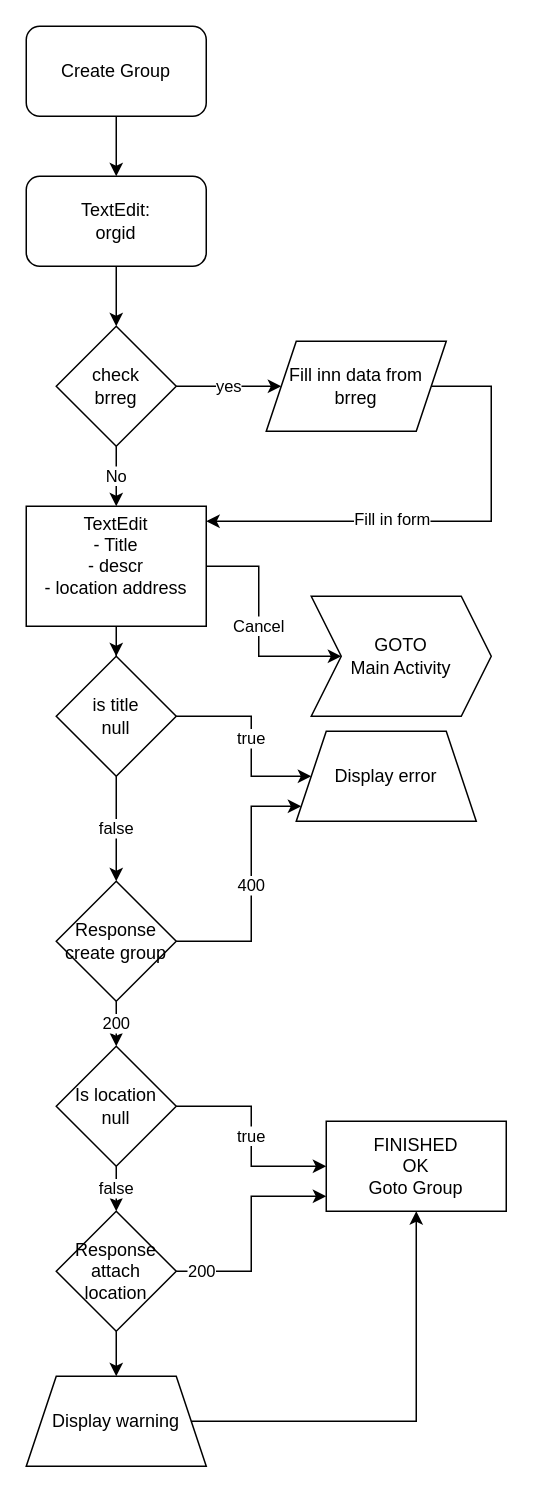
Before: page "Menu-CreateGroup" (4 of 6) of docs/Untitled Diagram.drawio in mobapp20g6/frivillig-server1, a draw.io diagram. Source tidied: cells renumbered, new cells numbered last; positions are measured from the earlier drawing's top-left corner, leaving out a move shared by most shapes. Both pictures are drawn from the tidied source at 150%, with x=0, y=0 at pixel (26, 26).
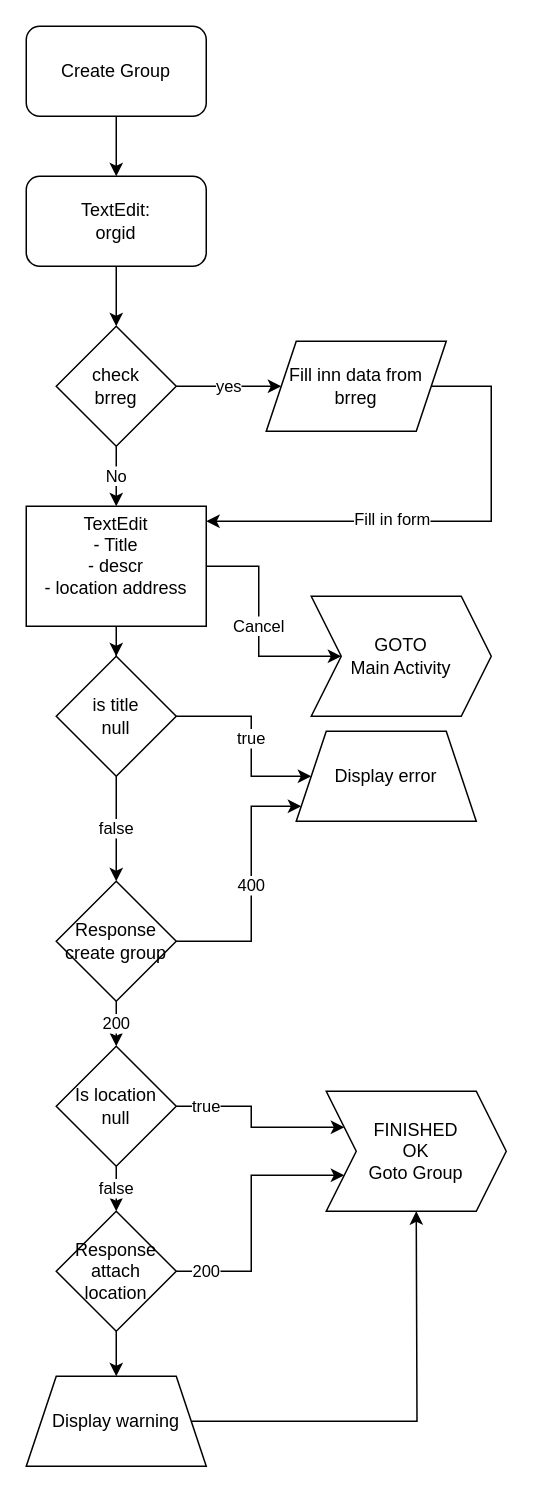
The same page after the edit.

Unchanged cells that the change refers to:
```xml
<mxCell id="20" value="&lt;div&gt;Response&lt;/div&gt;&lt;div&gt;attach&lt;/div&gt;&lt;div&gt;location&lt;br&gt;&lt;/div&gt;" style="rhombus;whiteSpace=wrap;html=1;" parent="1" vertex="1">
  <mxGeometry x="20" y="790" width="80" height="80" as="geometry" />
</mxCell>
<mxCell id="28" value="&lt;div&gt;Is location&lt;/div&gt;&lt;div&gt;null&lt;br&gt;&lt;/div&gt;" style="rhombus;whiteSpace=wrap;html=1;" parent="1" vertex="1">
  <mxGeometry x="20" y="680" width="80" height="80" as="geometry" />
</mxCell>
<mxCell id="31" value="Display warning" style="shape=trapezoid;perimeter=trapezoidPerimeter;whiteSpace=wrap;html=1;fixedSize=1;" parent="1" vertex="1">
  <mxGeometry y="900" width="120" height="60" as="geometry" />
</mxCell>
```

Diff of the diagram source:
```diff
@@
-    <mxCell id="18" value="200" style="edgeStyle=orthogonalEdgeStyle;rounded=0;jettySize=auto;html=1;" parent="1" edge="1" source="20" target="29">
+    <mxCell id="18" value="200" style="edgeStyle=orthogonalEdgeStyle;rounded=0;jettySize=auto;html=1;entryX=0;entryY=0.75;entryDx=0;entryDy=0;" parent="1" edge="1" source="20" target="29">
       <mxGeometry x="-0.77" relative="1" as="geometry">
         <Array as="points">
           <mxPoint x="150" y="830" />
-          <mxPoint x="150" y="780" />
+          <mxPoint x="150" y="766" />
         </Array>
       </mxGeometry>
     </mxCell>
@@
-    <mxCell id="27" value="true" style="edgeStyle=orthogonalEdgeStyle;rounded=0;jettySize=auto;html=1;entryX=0;entryY=0.5;entryDx=0;entryDy=0;" parent="1" edge="1" source="28" target="29">
-      <mxGeometry relative="1" as="geometry" />
+    <mxCell id="27" value="true" style="edgeStyle=orthogonalEdgeStyle;rounded=0;jettySize=auto;html=1;entryX=0;entryY=0.25;entryDx=0;entryDy=0;" parent="1" edge="1" source="28" target="29">
+      <mxGeometry x="-0.68" relative="1" as="geometry" />
     </mxCell>
@@
-    <mxCell id="29" value="&lt;div&gt;FINISHED&lt;/div&gt;&lt;div&gt;OK&lt;/div&gt;&lt;div&gt;Goto Group&lt;br&gt;&lt;/div&gt;" style="rounded=0;whiteSpace=wrap;html=1;" parent="1" vertex="1">
-      <mxGeometry x="200" y="730" width="120" height="60" as="geometry" />
-    </mxCell>
-    <mxCell id="30" style="edgeStyle=orthogonalEdgeStyle;rounded=0;jettySize=auto;html=1;" parent="1" edge="1" source="31" target="29">
-      <mxGeometry relative="1" as="geometry" />
+    <mxCell id="30" style="edgeStyle=orthogonalEdgeStyle;rounded=0;jettySize=auto;html=1;" parent="1" edge="1" source="31">
+      <mxGeometry relative="1" as="geometry">
+        <mxPoint x="260" y="790" as="targetPoint" />
+      </mxGeometry>
     </mxCell>
@@
+    <mxCell id="29" value="&lt;div&gt;FINISHED&lt;/div&gt;&lt;div&gt;OK&lt;/div&gt;&lt;div&gt;Goto Group&lt;br&gt;&lt;/div&gt;" style="shape=step;perimeter=stepPerimeter;whiteSpace=wrap;html=1;fixedSize=1;" parent="1" vertex="1">
+      <mxGeometry x="200" y="710" width="120" height="80" as="geometry" />
+    </mxCell>
```
